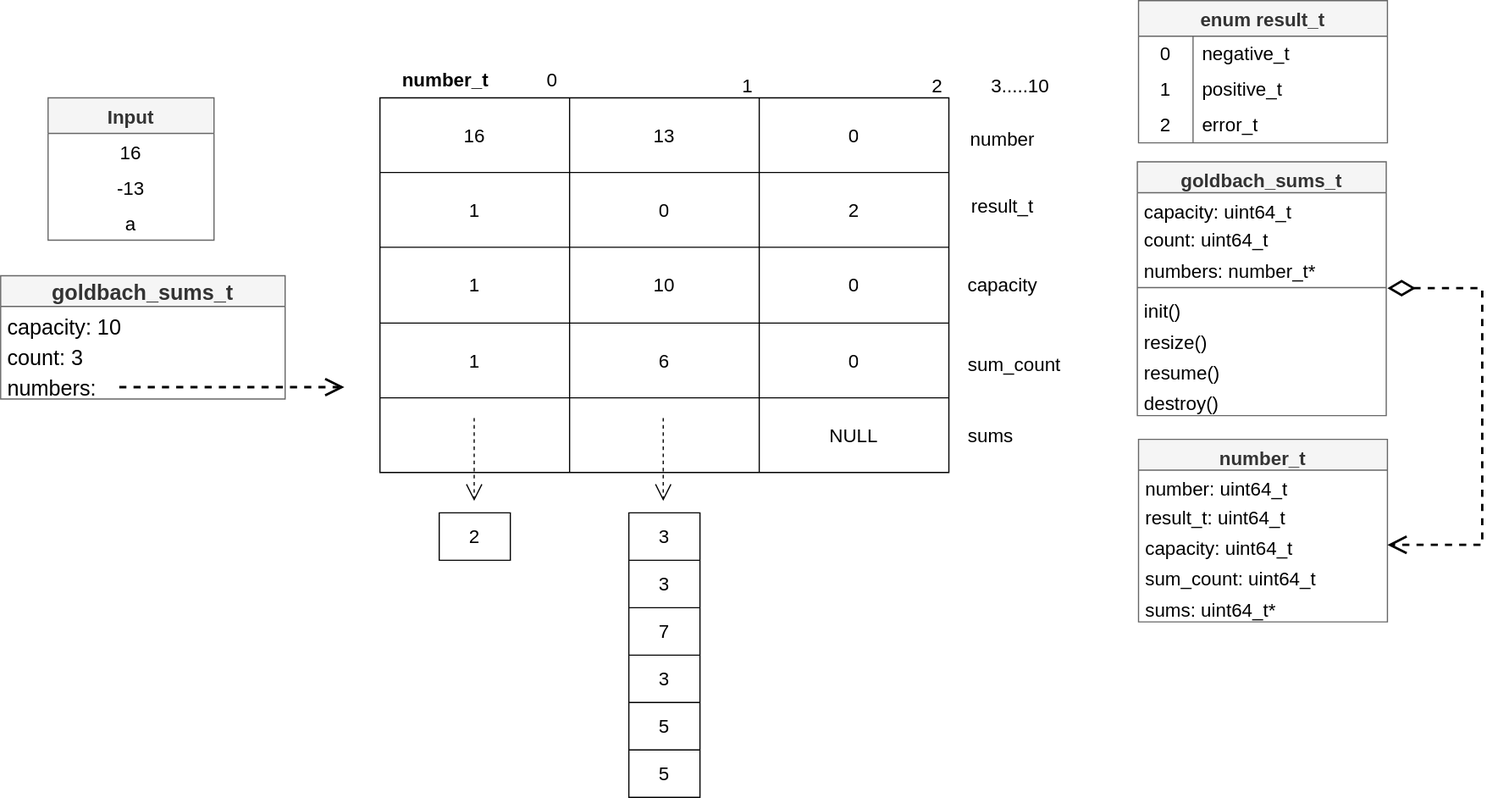
This is homeworks/goldbach_serial/design/SVG/EstructuraDeDatos.drawio.svg from daperez03/CI-0117-Parallel-Workshops, a draw.io export, as it was before one commit. Source tidied: cells renumbered, new cells last; positions are measured from the earlier drawing's top-left corner, leaving out a move shared by most shapes.
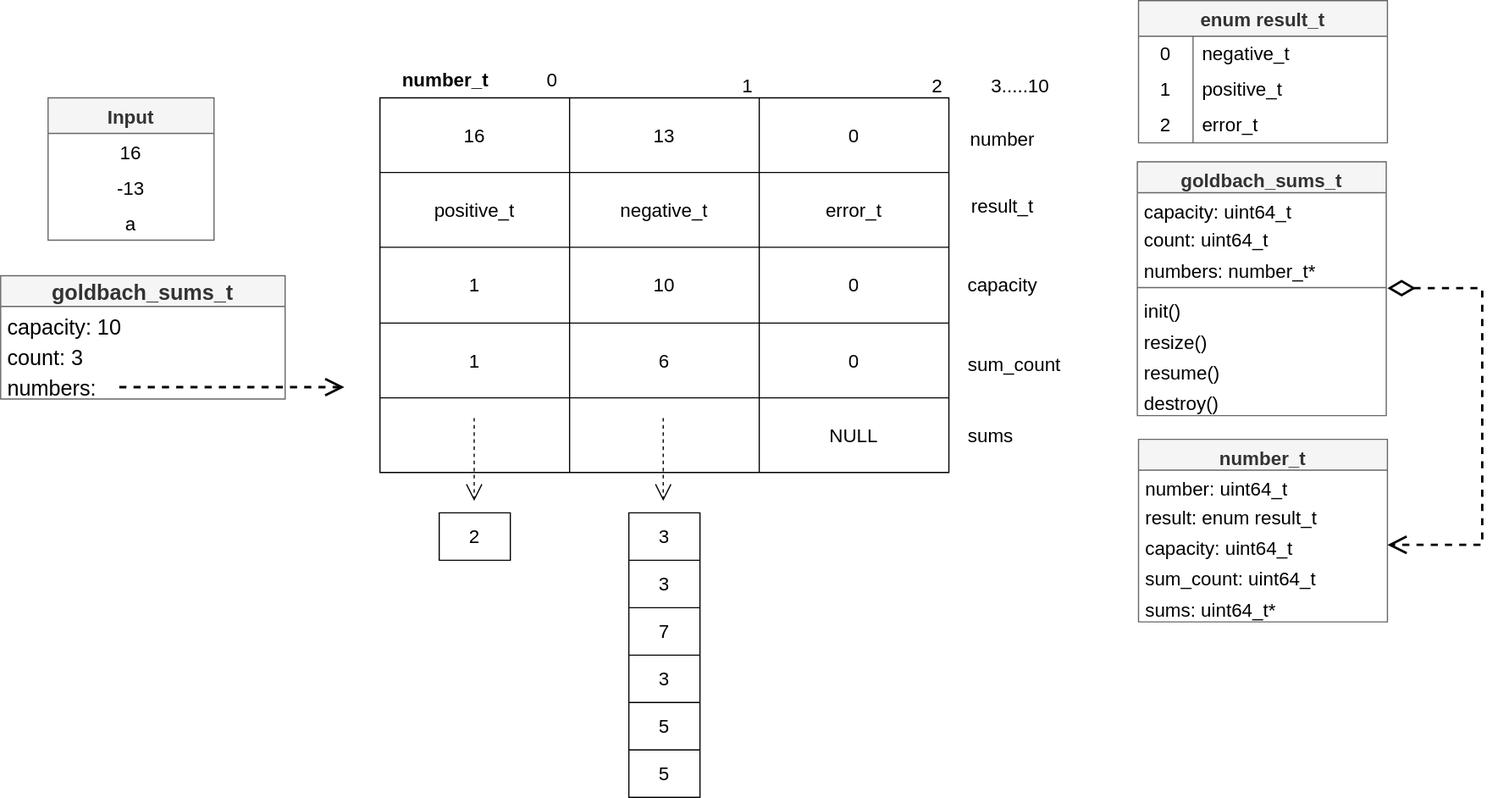
Later version of the same file.

Commit message:
Modificacion para result_t y su tipo de dato

The edit, as a diff of the source:
```diff
@@ -20,13 +20,13 @@
     <mxCell id="7" style="shape=tableRow;horizontal=0;startSize=0;swimlaneHead=0;swimlaneBody=0;top=0;left=0;bottom=0;right=0;fillColor=none;" parent="2" vertex="1">
       <mxGeometry y="63" width="480" height="63" as="geometry" />
     </mxCell>
-    <mxCell id="8" value="&lt;font style=&quot;font-size: 16px;&quot;&gt;1&lt;/font&gt;" style="shape=partialRectangle;html=1;whiteSpace=wrap;fillColor=none;top=0;left=0;bottom=0;right=0;overflow=hidden;" parent="7" vertex="1">
+    <mxCell id="8" value="&lt;font style=&quot;font-size: 16px;&quot;&gt;positive_t&lt;/font&gt;" style="shape=partialRectangle;html=1;whiteSpace=wrap;fillColor=none;top=0;left=0;bottom=0;right=0;overflow=hidden;" parent="7" vertex="1">
       <mxGeometry width="160" height="63" as="geometry" />
     </mxCell>
-    <mxCell id="9" value="&lt;font style=&quot;font-size: 16px;&quot;&gt;0&lt;/font&gt;" style="shape=partialRectangle;html=1;whiteSpace=wrap;fillColor=none;top=0;left=0;bottom=0;right=0;overflow=hidden;" parent="7" vertex="1">
+    <mxCell id="9" value="&lt;font style=&quot;font-size: 16px;&quot;&gt;negative_t&lt;/font&gt;" style="shape=partialRectangle;html=1;whiteSpace=wrap;fillColor=none;top=0;left=0;bottom=0;right=0;overflow=hidden;" parent="7" vertex="1">
       <mxGeometry x="160" width="160" height="63" as="geometry" />
     </mxCell>
-    <mxCell id="10" value="&lt;font style=&quot;font-size: 16px;&quot;&gt;2&lt;/font&gt;" style="shape=partialRectangle;html=1;whiteSpace=wrap;fillColor=none;top=0;left=0;bottom=0;right=0;overflow=hidden;" parent="7" vertex="1">
+    <mxCell id="10" value="&lt;font style=&quot;font-size: 16px;&quot;&gt;error_t&lt;/font&gt;" style="shape=partialRectangle;html=1;whiteSpace=wrap;fillColor=none;top=0;left=0;bottom=0;right=0;overflow=hidden;" parent="7" vertex="1">
       <mxGeometry x="320" width="160" height="63" as="geometry" />
     </mxCell>
     <mxCell id="11" style="shape=tableRow;horizontal=0;startSize=0;swimlaneHead=0;swimlaneBody=0;top=0;left=0;bottom=0;right=0;fillColor=none;fontSize=16;" parent="2" vertex="1">
@@ -250,7 +250,7 @@
     <mxCell id="80" value="number: uint64_t" style="text;strokeColor=none;fillColor=none;align=left;verticalAlign=top;spacingLeft=4;spacingRight=4;overflow=hidden;fontSize=16;" parent="79" vertex="1">
       <mxGeometry y="26" width="210" height="24" as="geometry" />
     </mxCell>
-    <mxCell id="81" value="result_t: uint64_t" style="text;strokeColor=none;fillColor=none;align=left;verticalAlign=top;spacingLeft=4;spacingRight=4;overflow=hidden;fontSize=16;" parent="79" vertex="1">
+    <mxCell id="81" value="result: enum result_t" style="text;strokeColor=none;fillColor=none;align=left;verticalAlign=top;spacingLeft=4;spacingRight=4;overflow=hidden;fontSize=16;" parent="79" vertex="1">
       <mxGeometry y="50" width="210" height="26" as="geometry" />
     </mxCell>
     <mxCell id="82" value="capacity: uint64_t" style="text;strokeColor=none;fillColor=none;align=left;verticalAlign=top;spacingLeft=4;spacingRight=4;overflow=hidden;points=[[0,0.5],[1,0.5]];portConstraint=eastwest;fontSize=16;" parent="79" vertex="1">
```
